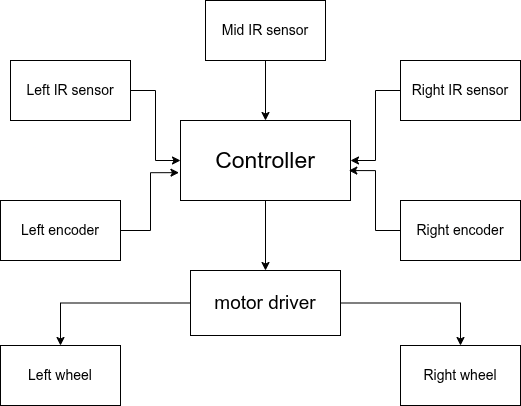
This is docs/assets/images/flow1.png from asmitaa16/mazesolver_fpga, a draw.io export, as it was before one commit. Source tidied: cells renumbered, new cells last; positions are measured from the earlier drawing's top-left corner, leaving out a move shared by most shapes.
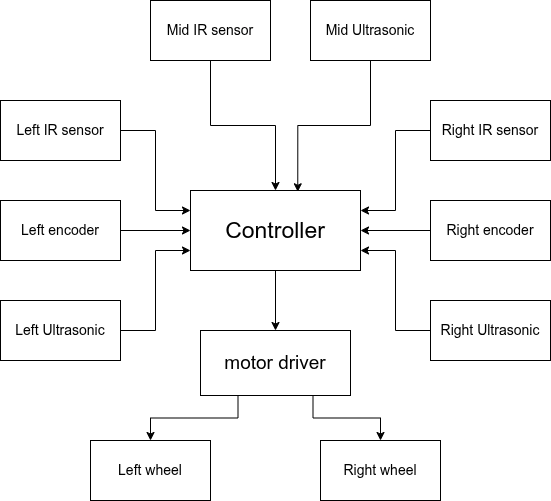
Above is the later version.

The edit, as a diff of the source:
```diff
@@ -8,50 +8,68 @@
     <mxCell id="3" value="&lt;font style=&quot;font-size: 23px;&quot;&gt;Controller&lt;/font&gt;" style="rounded=0;whiteSpace=wrap;html=1;" parent="1" vertex="1">
       <mxGeometry x="180" y="120" width="170" height="80" as="geometry" />
     </mxCell>
-    <mxCell id="4" style="edgeStyle=orthogonalEdgeStyle;rounded=0;jettySize=auto;html=1;" parent="1" edge="1" source="5" target="3">
-      <mxGeometry relative="1" as="geometry" />
-    </mxCell>
-    <mxCell id="5" value="&lt;font style=&quot;font-size: 14px;&quot;&gt;Right IR sensor&lt;/font&gt;" style="rounded=0;whiteSpace=wrap;html=1;" parent="1" vertex="1">
-      <mxGeometry x="400" y="60" width="120" height="60" as="geometry" />
-    </mxCell>
     <mxCell id="6" style="edgeStyle=orthogonalEdgeStyle;rounded=0;jettySize=auto;html=1;entryX=0.5;entryY=0;entryDx=0;entryDy=0;" parent="1" edge="1" source="7" target="3">
       <mxGeometry relative="1" as="geometry" />
     </mxCell>
     <mxCell id="7" value="&lt;font style=&quot;font-size: 14px;&quot;&gt;Mid IR sensor&lt;/font&gt;" style="rounded=0;whiteSpace=wrap;html=1;" parent="1" vertex="1">
-      <mxGeometry x="205" width="120" height="60" as="geometry" />
+      <mxGeometry x="140" y="-70" width="120" height="60" as="geometry" />
     </mxCell>
-    <mxCell id="8" style="edgeStyle=orthogonalEdgeStyle;rounded=0;jettySize=auto;html=1;entryX=0;entryY=0.5;entryDx=0;entryDy=0;" parent="1" edge="1" source="9" target="3">
+    <mxCell id="8" style="edgeStyle=orthogonalEdgeStyle;rounded=0;jettySize=auto;html=1;exitX=1;exitY=0.5;exitDx=0;exitDy=0;entryX=0;entryY=0.25;entryDx=0;entryDy=0;" parent="1" edge="1" source="9" target="3">
       <mxGeometry relative="1" as="geometry" />
     </mxCell>
     <mxCell id="9" value="&lt;font style=&quot;font-size: 14px;&quot;&gt;Left IR sensor&lt;/font&gt;" style="rounded=0;whiteSpace=wrap;html=1;" parent="1" vertex="1">
-      <mxGeometry x="10" y="60" width="120" height="60" as="geometry" />
+      <mxGeometry x="-10" y="30" width="120" height="60" as="geometry" />
     </mxCell>
+    <mxCell id="12" style="edgeStyle=orthogonalEdgeStyle;rounded=0;jettySize=auto;html=1;exitX=1;exitY=0.5;exitDx=0;exitDy=0;entryX=0;entryY=0.5;entryDx=0;entryDy=0;" parent="1" edge="1" source="10" target="3">
+      <mxGeometry relative="1" as="geometry" />
+    </mxCell>
     <mxCell id="10" value="&lt;font style=&quot;font-size: 14px;&quot;&gt;Left encoder&lt;/font&gt;" style="rounded=0;whiteSpace=wrap;html=1;" parent="1" vertex="1">
-      <mxGeometry y="200" width="120" height="60" as="geometry" />
+      <mxGeometry x="-10" y="130" width="120" height="60" as="geometry" />
     </mxCell>
-    <mxCell id="11" value="&lt;font style=&quot;font-size: 14px;&quot;&gt;Right encoder&lt;/font&gt;" style="rounded=0;whiteSpace=wrap;html=1;" parent="1" vertex="1">
-      <mxGeometry x="400" y="200" width="120" height="60" as="geometry" />
-    </mxCell>
-    <mxCell id="12" style="edgeStyle=orthogonalEdgeStyle;rounded=0;jettySize=auto;html=1;exitX=1;exitY=0.5;exitDx=0;exitDy=0;entryX=-0.009;entryY=0.652;entryDx=0;entryDy=0;entryPerimeter=0;" parent="1" edge="1" source="10" target="3">
-      <mxGeometry relative="1" as="geometry" />
-    </mxCell>
-    <mxCell id="13" style="edgeStyle=orthogonalEdgeStyle;rounded=0;jettySize=auto;html=1;exitX=0;exitY=0.5;exitDx=0;exitDy=0;entryX=0.99;entryY=0.626;entryDx=0;entryDy=0;entryPerimeter=0;" parent="1" edge="1" source="11" target="3">
-      <mxGeometry relative="1" as="geometry" />
-    </mxCell>
+    <mxCell id="15" style="edgeStyle=orthogonalEdgeStyle;rounded=0;jettySize=auto;html=1;exitX=0.75;exitY=1;exitDx=0;exitDy=0;entryX=0.5;entryY=0;entryDx=0;entryDy=0;" parent="1" edge="1" source="16" target="18">
+      <mxGeometry relative="1" as="geometry" />
+    </mxCell>
-    <mxCell id="14" style="edgeStyle=orthogonalEdgeStyle;rounded=0;jettySize=auto;html=1;entryX=0.5;entryY=0;entryDx=0;entryDy=0;" parent="1" edge="1" source="16" target="17">
+    <mxCell id="14" style="edgeStyle=orthogonalEdgeStyle;rounded=0;jettySize=auto;html=1;exitX=0.25;exitY=1;exitDx=0;exitDy=0;entryX=0.5;entryY=0;entryDx=0;entryDy=0;" parent="1" edge="1" source="16" target="17">
       <mxGeometry relative="1" as="geometry" />
     </mxCell>
-    <mxCell id="15" style="edgeStyle=orthogonalEdgeStyle;rounded=0;jettySize=auto;html=1;exitX=1;exitY=0.5;exitDx=0;exitDy=0;entryX=0.5;entryY=0;entryDx=0;entryDy=0;" parent="1" edge="1" source="16" target="18">
-      <mxGeometry relative="1" as="geometry" />
-    </mxCell>
     <mxCell id="16" value="&lt;font style=&quot;font-size: 19px;&quot;&gt;motor driver&lt;/font&gt;" style="rounded=0;whiteSpace=wrap;html=1;" parent="1" vertex="1">
-      <mxGeometry x="190" y="270" width="150" height="65" as="geometry" />
+      <mxGeometry x="190" y="260" width="150" height="65" as="geometry" />
     </mxCell>
     <mxCell id="17" value="&lt;span style=&quot;font-size: 14px;&quot;&gt;Left wheel&lt;/span&gt;" style="rounded=0;whiteSpace=wrap;html=1;" parent="1" vertex="1">
-      <mxGeometry y="345" width="120" height="60" as="geometry" />
+      <mxGeometry x="80" y="370" width="120" height="60" as="geometry" />
     </mxCell>
     <mxCell id="18" value="&lt;font style=&quot;font-size: 14px;&quot;&gt;Right wheel&lt;/font&gt;" style="rounded=0;whiteSpace=wrap;html=1;" parent="1" vertex="1">
-      <mxGeometry x="400" y="345" width="120" height="60" as="geometry" />
+      <mxGeometry x="310" y="370" width="120" height="60" as="geometry" />
     </mxCell>
+    <mxCell id="19" style="edgeStyle=orthogonalEdgeStyle;rounded=0;jettySize=auto;html=1;exitX=1;exitY=0.5;exitDx=0;exitDy=0;entryX=0;entryY=0.75;entryDx=0;entryDy=0;" parent="1" edge="1" source="20" target="3">
+      <mxGeometry relative="1" as="geometry" />
+    </mxCell>
+    <mxCell id="20" value="&lt;span style=&quot;font-size: 14px;&quot;&gt;Left Ultrasonic&lt;/span&gt;" style="rounded=0;whiteSpace=wrap;html=1;" parent="1" vertex="1">
+      <mxGeometry x="-10" y="230" width="120" height="60" as="geometry" />
+    </mxCell>
+    <mxCell id="4" style="edgeStyle=orthogonalEdgeStyle;rounded=0;jettySize=auto;html=1;entryX=1;entryY=0.25;entryDx=0;entryDy=0;" parent="1" edge="1" source="5" target="3">
+      <mxGeometry relative="1" as="geometry" />
+    </mxCell>
+    <mxCell id="5" value="&lt;font style=&quot;font-size: 14px;&quot;&gt;Right IR sensor&lt;/font&gt;" style="rounded=0;whiteSpace=wrap;html=1;" parent="1" vertex="1">
+      <mxGeometry x="420" y="30" width="120" height="60" as="geometry" />
+    </mxCell>
+    <mxCell id="13" style="edgeStyle=orthogonalEdgeStyle;rounded=0;jettySize=auto;html=1;entryX=1;entryY=0.5;entryDx=0;entryDy=0;" parent="1" edge="1" source="11" target="3">
+      <mxGeometry relative="1" as="geometry" />
+    </mxCell>
+    <mxCell id="11" value="&lt;font style=&quot;font-size: 14px;&quot;&gt;Right encoder&lt;/font&gt;" style="rounded=0;whiteSpace=wrap;html=1;" parent="1" vertex="1">
+      <mxGeometry x="420" y="130" width="120" height="60" as="geometry" />
+    </mxCell>
+    <mxCell id="21" style="edgeStyle=orthogonalEdgeStyle;rounded=0;jettySize=auto;html=1;exitX=0;exitY=0.5;exitDx=0;exitDy=0;entryX=1;entryY=0.75;entryDx=0;entryDy=0;" parent="1" edge="1" source="22" target="3">
+      <mxGeometry relative="1" as="geometry" />
+    </mxCell>
+    <mxCell id="22" value="&lt;span style=&quot;font-size: 14px;&quot;&gt;Right Ultrasonic&lt;/span&gt;" style="rounded=0;whiteSpace=wrap;html=1;" parent="1" vertex="1">
+      <mxGeometry x="420" y="230" width="120" height="60" as="geometry" />
+    </mxCell>
+    <mxCell id="23" value="&lt;font style=&quot;font-size: 14px;&quot;&gt;Mid Ultrasonic&lt;/font&gt;" style="rounded=0;whiteSpace=wrap;html=1;" parent="1" vertex="1">
+      <mxGeometry x="300" y="-70" width="120" height="60" as="geometry" />
+    </mxCell>
+    <mxCell id="24" style="edgeStyle=orthogonalEdgeStyle;rounded=0;jettySize=auto;html=1;entryX=0.631;entryY=0.016;entryDx=0;entryDy=0;entryPerimeter=0;" parent="1" edge="1" source="23" target="3">
+      <mxGeometry relative="1" as="geometry" />
+    </mxCell>
   </root>
 </mxGraphModel>
```
